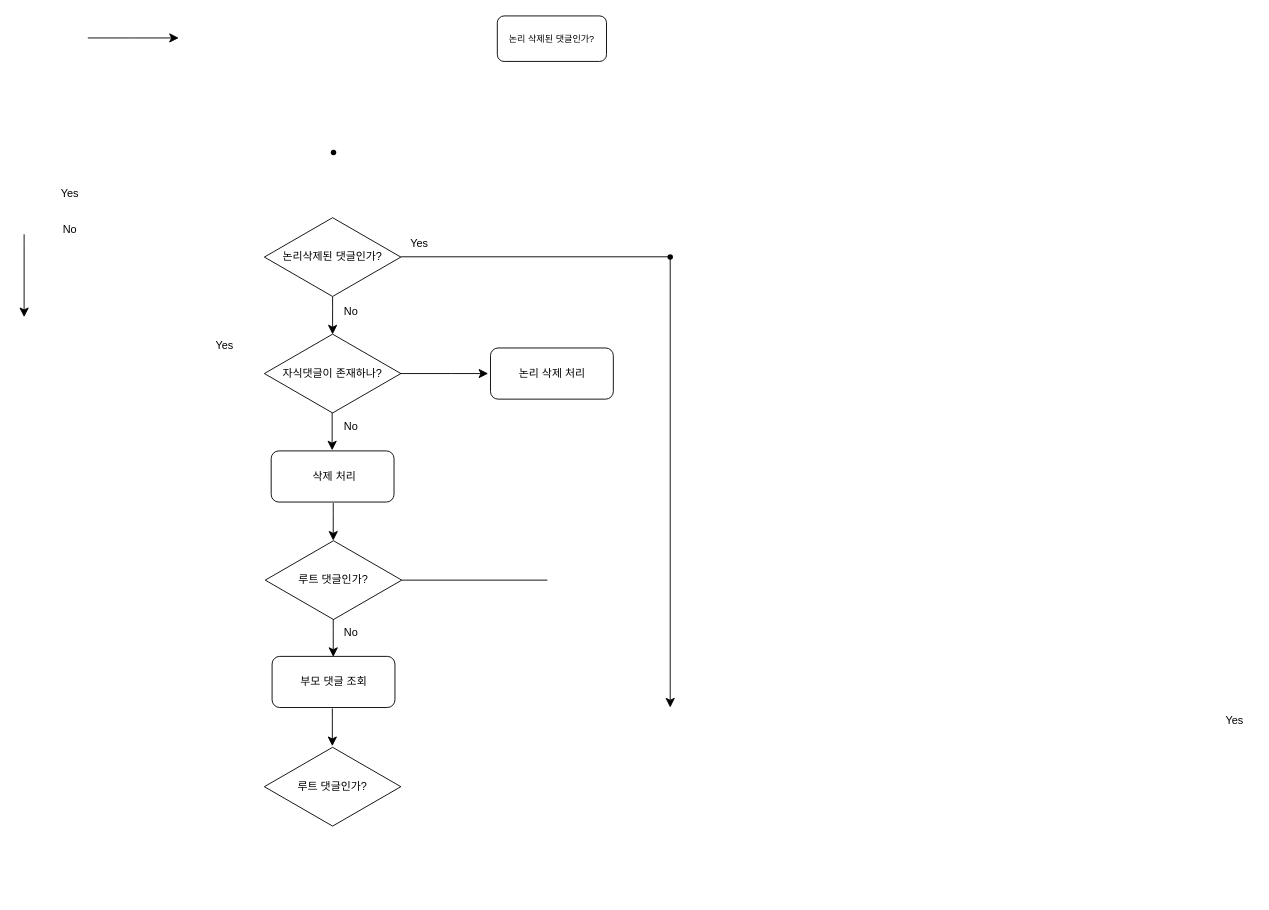
This is 댓글 삭제로직 활동 다이어그램.drawio from SunghoCha/erd_practice, a draw.io file, before an edit. Source tidied: cells renumbered, new cells numbered last; positions are measured from the earlier drawing's top-left corner, leaving out a move shared by most shapes. Both pictures are drawn from the tidied source at 91%, with x=0, y=0 at pixel (24, 15).
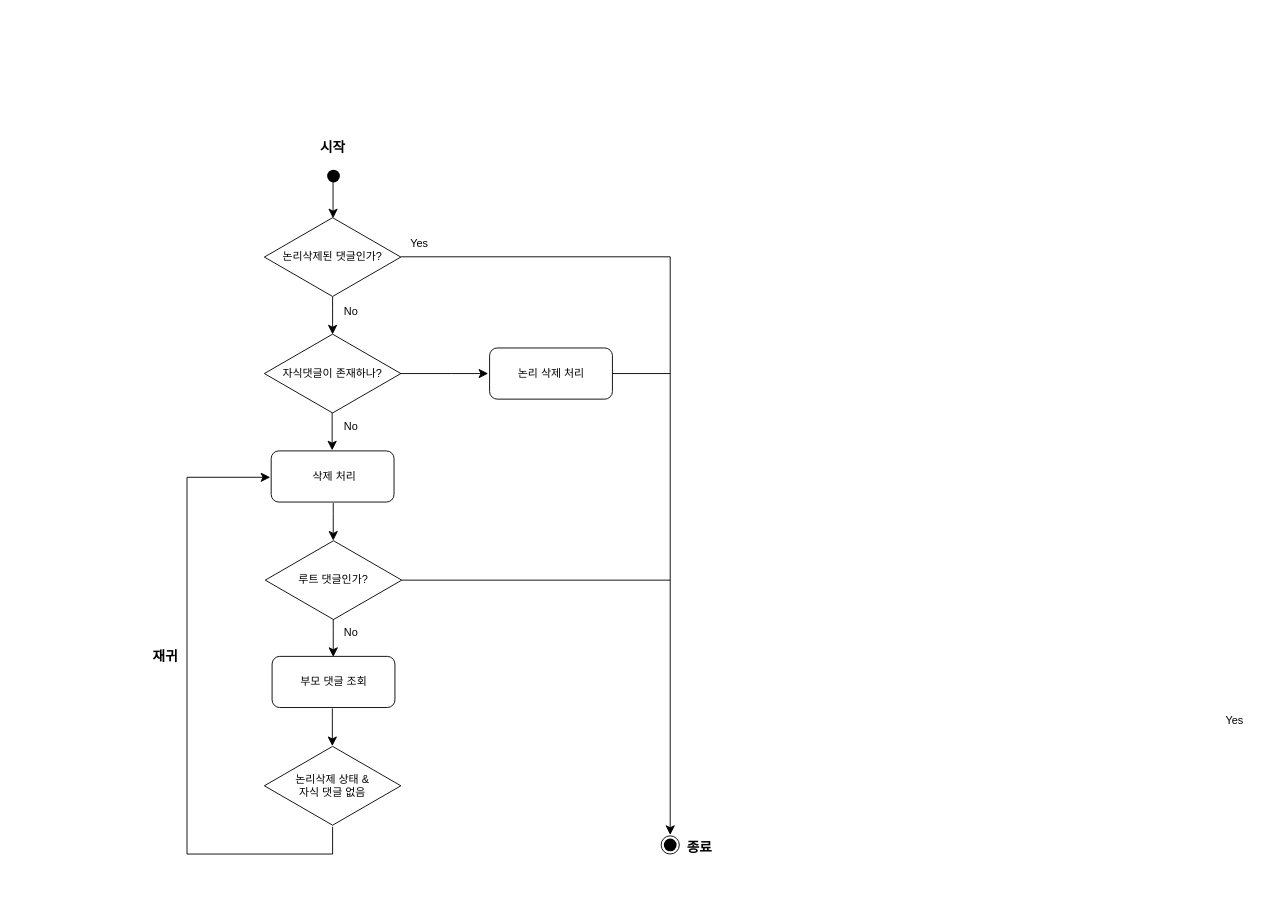
The same diagram, later.

Commit message:
댓글 삭제로직 활동 다이어그램.drawio 완성

Change to the diagram source:
```diff
@@
-    <mxCell id="2" value="&lt;font style=&quot;font-size: 10px;&quot;&gt;논리 삭제된 댓글인가?&lt;/font&gt;" style="rounded=1;whiteSpace=wrap;html=1;" parent="1" vertex="1">
-      <mxGeometry x="520" width="120" height="50" as="geometry" />
-    </mxCell>
+    <mxCell id="30" style="verticalLabelPosition=bottom;verticalAlign=top;html=1;shape=mxgraph.flowchart.on-page_reference;" parent="1" vertex="1">
+      <mxGeometry x="700" y="901" width="20" height="20" as="geometry" />
+    </mxCell>
@@
-    <mxCell id="4" style="shape=waypoint;sketch=0;fillStyle=solid;size=6;fillColor=none;perimeter=centerPerimeter;fontSize=30;spacing=2;" parent="1" vertex="1">
-      <mxGeometry x="330" y="140" width="20" height="20" as="geometry" />
+    <mxCell id="4" style="shape=waypoint;sketch=0;fillStyle=solid;size=6;fillColor=none;perimeter=centerPerimeter;fontSize=30;spacing=2;strokeWidth=5;" parent="1" vertex="1">
+      <mxGeometry x="330" y="166" width="20" height="20" as="geometry" />
     </mxCell>
-    <mxCell id="5" style="shape=waypoint;sketch=0;fillStyle=solid;size=6;fillColor=none;perimeter=centerPerimeter;fontSize=30;" parent="1" vertex="1">
-      <mxGeometry x="700" y="255" width="20" height="20" as="geometry" />
-    </mxCell>
-    <mxCell id="6" style="edgeStyle=elbowEdgeStyle;elbow=horizontal;endArrow=classic;html=1;curved=0;rounded=0;endSize=8;startSize=8;" parent="1" edge="1">
-      <mxGeometry relative="1" as="geometry">
-        <mxPoint x="70" y="24.2" as="sourcePoint" />
-        <mxPoint x="170" y="24.2" as="targetPoint" />
-      </mxGeometry>
-    </mxCell>
@@
     <mxCell id="8" style="edgeStyle=elbowEdgeStyle;elbow=horizontal;endArrow=classic;html=1;curved=0;rounded=0;endSize=8;startSize=8;" parent="1" edge="1">
       <mxGeometry relative="1" as="geometry">
         <mxPoint x="414" y="264.7" as="sourcePoint" />
-        <mxPoint x="710" y="760" as="targetPoint" />
+        <mxPoint x="710" y="900" as="targetPoint" />
         <Array as="points">
           <mxPoint x="710" y="265" />
         </Array>
       </mxGeometry>
     </mxCell>
@@
-    <mxCell id="11" value="Yes" style="text;html=1;align=center;verticalAlign=middle;strokeColor=none;fillColor=none;" parent="1" vertex="1">
-      <mxGeometry x="30" y="180" width="40" height="30" as="geometry" />
-    </mxCell>
-    <mxCell id="12" value="No" style="text;html=1;align=center;verticalAlign=middle;strokeColor=none;fillColor=none;" parent="1" vertex="1">
-      <mxGeometry x="30" y="220" width="40" height="30" as="geometry" />
-    </mxCell>
@@
-    <mxCell id="14" value="Yes" style="text;html=1;align=center;verticalAlign=middle;strokeColor=none;fillColor=none;" parent="1" vertex="1">
-      <mxGeometry x="200" y="348" width="40" height="30" as="geometry" />
-    </mxCell>
@@
-    <mxCell id="16" style="edgeStyle=elbowEdgeStyle;elbow=horizontal;endArrow=classic;html=1;curved=0;rounded=0;endSize=8;startSize=8;exitX=0.5;exitY=0.985;exitDx=0;exitDy=0;exitPerimeter=0;" parent="1" edge="1">
-      <mxGeometry relative="1" as="geometry">
-        <mxPoint y="240" as="sourcePoint" />
-        <mxPoint y="331" as="targetPoint" />
-        <Array as="points">
-          <mxPoint y="251" />
-        </Array>
-      </mxGeometry>
-    </mxCell>
@@
     <mxCell id="19" value="&lt;font&gt;논리 삭제 처리&lt;/font&gt;" style="rounded=1;whiteSpace=wrap;html=1;" parent="1" vertex="1">
-      <mxGeometry x="512.5" y="364.9" width="135" height="56.2" as="geometry" />
+      <mxGeometry x="511.5" y="364.9" width="135" height="56.2" as="geometry" />
     </mxCell>
@@
     <mxCell id="26" style="line;strokeWidth=1;html=1;perimeter=backbonePerimeter;" parent="1" vertex="1">
-      <mxGeometry x="415" y="615" width="160" height="10" as="geometry" />
+      <mxGeometry x="415" y="615" width="295" height="10" as="geometry" />
     </mxCell>
@@
-    <mxCell id="28" value="루트 댓글인가?" style="html=1;whiteSpace=wrap;shape=isoRectangle;" parent="1" vertex="1">
-      <mxGeometry x="264" y="802" width="150" height="90" as="geometry" />
+    <mxCell id="28" value="논리삭제 상태 &amp;amp;&lt;div&gt;자식 댓글 없음&lt;/div&gt;" style="html=1;whiteSpace=wrap;shape=isoRectangle;" parent="1" vertex="1">
+      <mxGeometry x="264" y="801" width="150" height="90" as="geometry" />
     </mxCell>
@@
+    <mxCell id="31" style="edgeStyle=elbowEdgeStyle;elbow=horizontal;endArrow=classic;html=1;curved=0;rounded=0;endSize=8;startSize=8;entryX=0;entryY=0.5;entryDx=0;entryDy=0;exitX=1;exitY=0.5;exitDx=0;exitDy=0;exitPerimeter=0;" parent="1" edge="1" source="33">
+      <mxGeometry relative="1" as="geometry">
+        <mxPoint x="270.5" y="507" as="targetPoint" />
+        <Array as="points">
+          <mxPoint x="179" y="700.9" />
+        </Array>
+      </mxGeometry>
+    </mxCell>
+    <mxCell id="32" value="&lt;h5&gt;&lt;font style=&quot;font-size: 15px;&quot;&gt;재귀&lt;/font&gt;&lt;/h5&gt;" style="edgeLabel;html=1;align=center;verticalAlign=middle;" parent="31" vertex="1">
+      <mxGeometry x="-0.89" y="-4" relative="1" as="geometry">
+        <mxPoint x="-148" y="-215" as="offset" />
+      </mxGeometry>
+    </mxCell>
+    <mxCell id="33" style="line;strokeWidth=1;direction=south;html=1;" parent="1" vertex="1">
+      <mxGeometry x="334" y="891" width="10" height="30" as="geometry" />
+    </mxCell>
+    <mxCell id="34" style="edgeStyle=elbowEdgeStyle;elbow=horizontal;endArrow=classic;html=1;curved=0;rounded=0;endSize=8;startSize=8;exitX=0.5;exitY=0.985;exitDx=0;exitDy=0;exitPerimeter=0;" parent="1" edge="1">
+      <mxGeometry relative="1" as="geometry">
+        <mxPoint x="339.5" y="181" as="sourcePoint" />
+        <mxPoint x="339.5" y="222.4" as="targetPoint" />
+        <Array as="points">
+          <mxPoint x="339.5" y="192.4" />
+        </Array>
+      </mxGeometry>
+    </mxCell>
+    <mxCell id="35" style="line;strokeWidth=1;html=1;perimeter=backbonePerimeter;" parent="1" vertex="1">
+      <mxGeometry x="647" y="388" width="63" height="10" as="geometry" />
+    </mxCell>
+    <mxCell id="36" style="shape=waypoint;sketch=0;fillStyle=solid;size=6;fillColor=none;perimeter=centerPerimeter;fontSize=30;spacing=2;strokeWidth=5;" parent="1" vertex="1">
+      <mxGeometry x="700" y="901" width="20" height="20" as="geometry" />
+    </mxCell>
+    <mxCell id="37" value="&lt;h5&gt;&lt;font style=&quot;font-size: 15px;&quot;&gt;종료&lt;/font&gt;&lt;/h5&gt;" style="edgeLabel;html=1;align=center;verticalAlign=middle;" parent="1" vertex="1">
+      <mxGeometry x="455" y="965" as="geometry">
+        <mxPoint x="286" y="-53" as="offset" />
+      </mxGeometry>
+    </mxCell>
+    <mxCell id="38" value="&lt;h5&gt;&lt;font style=&quot;font-size: 15px;&quot;&gt;시작&lt;/font&gt;&lt;/h5&gt;" style="edgeLabel;html=1;align=center;verticalAlign=middle;" parent="1" vertex="1">
+      <mxGeometry x="283" y="490" as="geometry">
+        <mxPoint x="55" y="-347" as="offset" />
+      </mxGeometry>
+    </mxCell>
```
